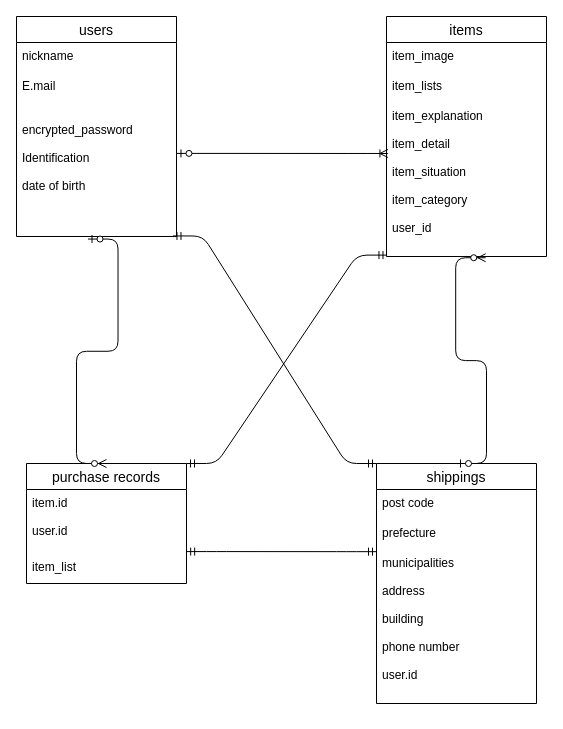
isukacoffee/furima-38197 keeps this draw.io diagram as test.dio. Above is the earlier version. Source tidied: cells renumbered, new cells numbered last; positions are measured from the earlier drawing's top-left corner, leaving out a move shared by most shapes. Both pictures are drawn from the tidied source at 100%, with x=0, y=0 at pixel (16, 16).
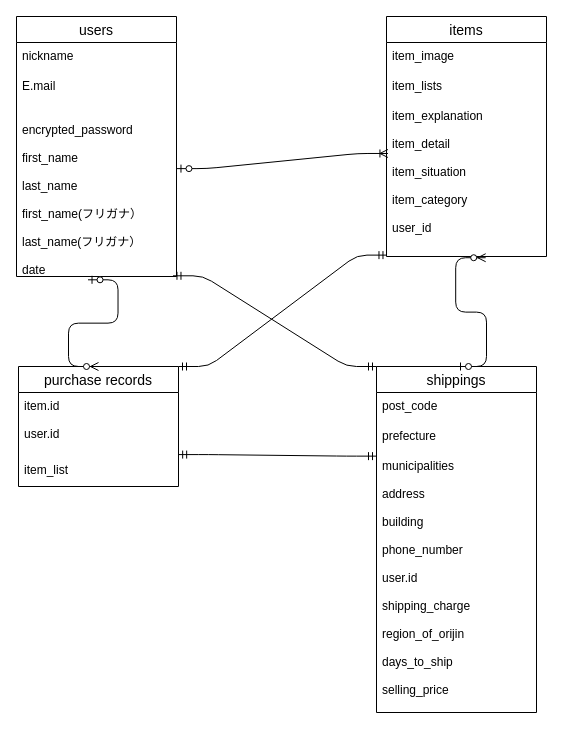
The same page after the edit.

What changed in the source:
```diff
@@
     <mxCell id="2" value="users" style="swimlane;fontStyle=0;horizontal=1;startSize=26;align=center;fontSize=14;" parent="1" vertex="1">
-      <mxGeometry width="160" height="220" as="geometry" />
+      <mxGeometry width="160" height="260" as="geometry" />
     </mxCell>
@@
-    <mxCell id="5" value="&#10;encrypted_password&#10;&#10;Identification&#10;&#10;date of birth" style="text;strokeColor=none;fillColor=none;spacingLeft=4;spacingRight=4;overflow=hidden;points=[[0,0.5],[1,0.5]];portConstraint=eastwest;fontSize=12;" parent="2" vertex="1">
-      <mxGeometry y="86" width="160" height="134" as="geometry" />
+    <mxCell id="5" value="&#10;encrypted_password&#10;&#10;first_name&#10;&#10;last_name&#10;&#10;first_name(フリガナ）&#10; &#10;last_name(フリガナ）&#10;&#10;date " style="text;strokeColor=none;fillColor=none;spacingLeft=4;spacingRight=4;overflow=hidden;points=[[0,0.5],[1,0.5]];portConstraint=eastwest;fontSize=12;" parent="2" vertex="1">
+      <mxGeometry y="86" width="160" height="174" as="geometry" />
     </mxCell>
@@
     <mxCell id="10" value="purchase records" style="swimlane;fontStyle=0;horizontal=1;startSize=26;align=center;fontSize=14;" parent="1" vertex="1">
-      <mxGeometry x="10" y="447" width="160" height="120" as="geometry" />
+      <mxGeometry x="2" y="350" width="160" height="120" as="geometry" />
     </mxCell>
@@
     <mxCell id="13" value="shippings" style="swimlane;fontStyle=0;horizontal=1;startSize=26;align=center;fontSize=14;" parent="1" vertex="1">
-      <mxGeometry x="360" y="447" width="160" height="240" as="geometry" />
+      <mxGeometry x="360" y="350" width="160" height="346" as="geometry" />
     </mxCell>
-    <mxCell id="14" value="post code&#10;" style="text;strokeColor=none;fillColor=none;spacingLeft=4;spacingRight=4;overflow=hidden;fontSize=12;" parent="13" vertex="1">
+    <mxCell id="14" value="post_code&#10;" style="text;strokeColor=none;fillColor=none;spacingLeft=4;spacingRight=4;overflow=hidden;fontSize=12;" parent="13" vertex="1">
       <mxGeometry y="26" width="160" height="30" as="geometry" />
     </mxCell>
@@
-    <mxCell id="16" value="municipalities&#10;&#10;address&#10;&#10;building&#10;&#10;phone number&#10;&#10;user.id" style="text;strokeColor=none;fillColor=none;spacingLeft=4;spacingRight=4;overflow=hidden;points=[[0,0.5],[1,0.5]];portConstraint=eastwest;fontSize=12;" parent="13" vertex="1">
-      <mxGeometry y="86" width="160" height="154" as="geometry" />
+    <mxCell id="16" value="municipalities&#10;&#10;address&#10;&#10;building&#10;&#10;phone_number&#10;&#10;user.id&#10;&#10;shipping_charge&#10;&#10;region_of_orijin&#10;&#10;days_to_ship&#10;&#10;selling_price&#10;&#10;" style="text;strokeColor=none;fillColor=none;spacingLeft=4;spacingRight=4;overflow=hidden;points=[[0,0.5],[1,0.5]];portConstraint=eastwest;fontSize=12;" parent="13" vertex="1">
+      <mxGeometry y="86" width="160" height="260" as="geometry" />
     </mxCell>
```
